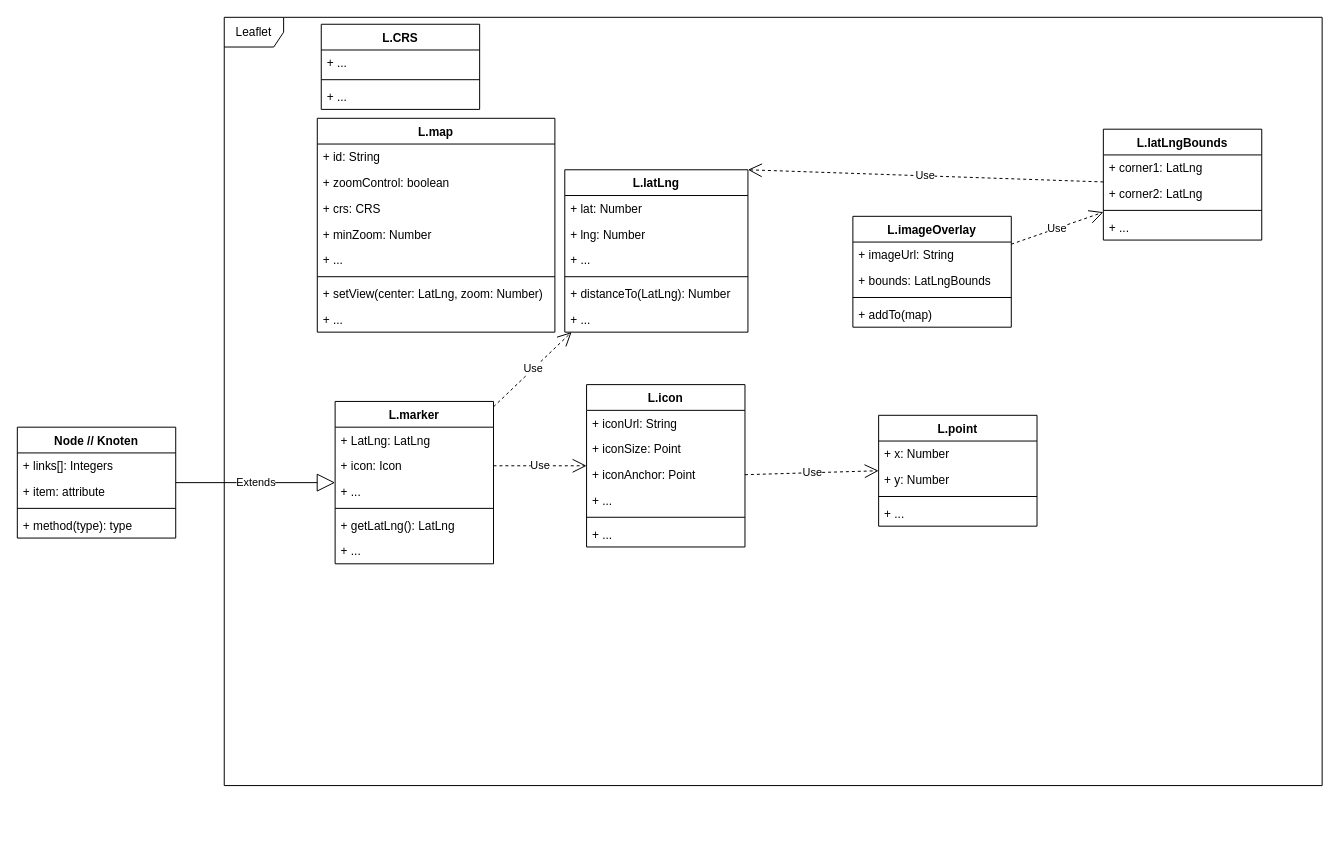
Above: page "Klassendiagramm" (1 of 2) of drawio/indoor-navigation.drawio in danielgilbers/indoor-navigation (draw.io), before the change. Source tidied: cells renumbered, new cells numbered last; positions are measured from the earlier drawing's top-left corner, leaving out a move shared by most shapes. Both pictures are drawn from the tidied source at 99%, with x=0, y=0 at pixel (17, 17).
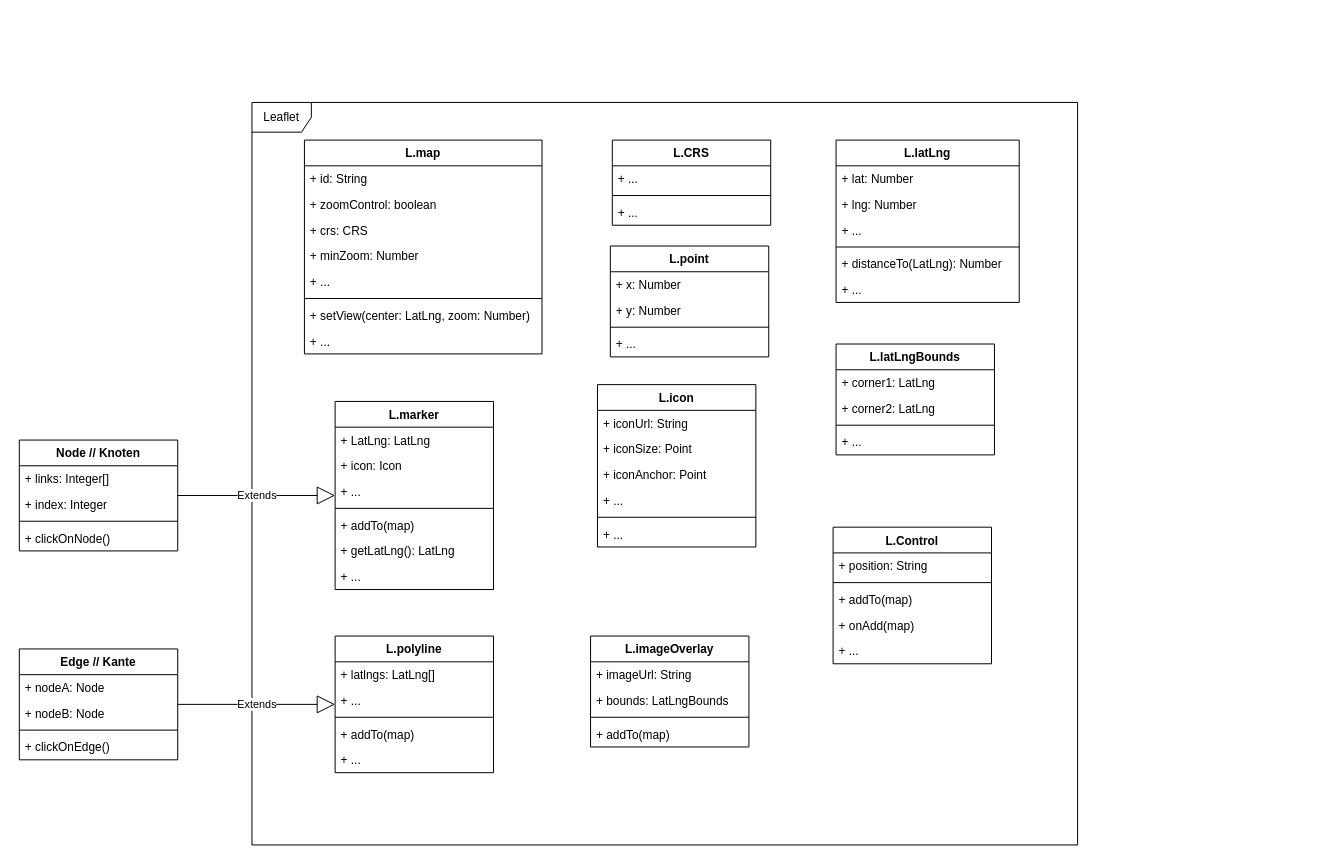
The same page after the edit.

Unchanged cells that the change refers to:
```xml
<mxCell id="10" value="+ icon: Icon" style="text;strokeColor=none;fillColor=none;align=left;verticalAlign=top;spacingLeft=4;spacingRight=4;overflow=hidden;points=[[0,0.5],[1,0.5]];portConstraint=eastwest;" parent="8" vertex="1">
  <mxGeometry y="52" width="160" height="26" as="geometry" />
</mxCell>
<mxCell id="18" value="+ iconAnchor: Point" style="text;strokeColor=none;fillColor=none;align=left;verticalAlign=top;spacingLeft=4;spacingRight=4;overflow=hidden;points=[[0,0.5],[1,0.5]];portConstraint=eastwest;" parent="15" vertex="1">
  <mxGeometry y="78" width="160" height="26" as="geometry" />
</mxCell>
```

Diff of the diagram source:
```diff
@@
     <mxCell id="2" value="Leaflet" style="shape=umlFrame;whiteSpace=wrap;html=1;" parent="1" vertex="1">
-      <mxGeometry x="209" width="1109" height="776" as="geometry" />
+      <mxGeometry x="237" y="86" width="834" height="750" as="geometry" />
     </mxCell>
     <mxCell id="3" value="Node // Knoten" style="swimlane;fontStyle=1;align=center;verticalAlign=top;horizontal=1;startSize=26;" parent="1" vertex="1">
-      <mxGeometry y="414" width="160" height="112" as="geometry" />
+      <mxGeometry x="2" y="427" width="160" height="112" as="geometry" />
     </mxCell>
-    <mxCell id="4" value="+ links[]: Integers" style="text;strokeColor=none;fillColor=none;align=left;verticalAlign=top;spacingLeft=4;spacingRight=4;overflow=hidden;" parent="3" vertex="1">
+    <mxCell id="4" value="+ links: Integer[]" style="text;strokeColor=none;fillColor=none;align=left;verticalAlign=top;spacingLeft=4;spacingRight=4;overflow=hidden;" parent="3" vertex="1">
       <mxGeometry y="26" width="160" height="26" as="geometry" />
     </mxCell>
-    <mxCell id="5" value="+ item: attribute" style="text;strokeColor=none;fillColor=none;align=left;verticalAlign=top;spacingLeft=4;spacingRight=4;overflow=hidden;" parent="3" vertex="1">
+    <mxCell id="5" value="+ index: Integer" style="text;strokeColor=none;fillColor=none;align=left;verticalAlign=top;spacingLeft=4;spacingRight=4;overflow=hidden;" parent="3" vertex="1">
       <mxGeometry y="52" width="160" height="26" as="geometry" />
     </mxCell>
@@
-    <mxCell id="7" value="+ method(type): type" style="text;strokeColor=none;fillColor=none;align=left;verticalAlign=top;spacingLeft=4;spacingRight=4;overflow=hidden;" parent="3" vertex="1">
+    <mxCell id="7" value="+ clickOnNode()" style="text;strokeColor=none;fillColor=none;align=left;verticalAlign=top;spacingLeft=4;spacingRight=4;overflow=hidden;" parent="3" vertex="1">
       <mxGeometry y="86" width="160" height="26" as="geometry" />
     </mxCell>
     <mxCell id="8" value="L.marker" style="swimlane;fontStyle=1;align=center;verticalAlign=top;horizontal=1;startSize=26;" parent="1" vertex="1">
-      <mxGeometry x="321" y="388" width="160" height="164" as="geometry" />
+      <mxGeometry x="321" y="388" width="160" height="190" as="geometry" />
     </mxCell>
@@
+    <mxCell id="63" value="+ addTo(map)" style="text;strokeColor=none;fillColor=none;align=left;verticalAlign=top;spacingLeft=4;spacingRight=4;overflow=hidden;" parent="8" vertex="1">
+      <mxGeometry y="112" width="160" height="26" as="geometry" />
+    </mxCell>
     <mxCell id="13" value="+ getLatLng(): LatLng" style="text;strokeColor=none;fillColor=none;align=left;verticalAlign=top;spacingLeft=4;spacingRight=4;overflow=hidden;" parent="8" vertex="1">
-      <mxGeometry y="112" width="160" height="26" as="geometry" />
+      <mxGeometry y="138" width="160" height="26" as="geometry" />
     </mxCell>
     <mxCell id="14" value="+ ..." style="text;strokeColor=none;fillColor=none;align=left;verticalAlign=top;spacingLeft=4;spacingRight=4;overflow=hidden;" parent="8" vertex="1">
-      <mxGeometry y="138" width="160" height="26" as="geometry" />
+      <mxGeometry y="164" width="160" height="26" as="geometry" />
     </mxCell>
     <mxCell id="15" value="L.icon" style="swimlane;fontStyle=1;align=center;verticalAlign=top;horizontal=1;startSize=26;" parent="1" vertex="1">
-      <mxGeometry x="575" y="371" width="160" height="164" as="geometry" />
+      <mxGeometry x="586" y="371" width="160" height="164" as="geometry" />
     </mxCell>
@@
     <mxCell id="22" value="L.point" style="swimlane;fontStyle=1;align=center;verticalAlign=top;horizontal=1;startSize=26;" parent="1" vertex="1">
-      <mxGeometry x="870" y="402" width="160" height="112" as="geometry" />
+      <mxGeometry x="599" y="231" width="160" height="112" as="geometry" />
     </mxCell>
@@
-    <mxCell id="28" value="Use" style="endArrow=open;endSize=12;dashed=1;html=1;exitX=1;exitY=0.5;exitDx=0;exitDy=0;entryX=0;entryY=0.5;entryDx=0;entryDy=0;" parent="1" edge="1" source="10" target="15">
-      <mxGeometry relative="1" as="geometry" />
-    </mxCell>
-    <mxCell id="29" value="Use" style="endArrow=open;endSize=12;dashed=1;html=1;entryX=0;entryY=0.5;entryDx=0;entryDy=0;exitX=1;exitY=0.5;exitDx=0;exitDy=0;" parent="1" edge="1" source="18" target="22">
-      <mxGeometry relative="1" as="geometry" />
-    </mxCell>
     <mxCell id="30" value="L.latLng" style="swimlane;fontStyle=1;align=center;verticalAlign=top;horizontal=1;startSize=26;" parent="1" vertex="1">
-      <mxGeometry x="553" y="154" width="185" height="164" as="geometry" />
+      <mxGeometry x="827" y="124" width="185" height="164" as="geometry" />
     </mxCell>
@@
-    <mxCell id="37" value="Use" style="endArrow=open;endSize=12;dashed=1;html=1;" parent="1" edge="1" source="8" target="30">
-      <mxGeometry relative="1" as="geometry" />
-    </mxCell>
     <mxCell id="38" value="L.map" style="swimlane;fontStyle=1;align=center;verticalAlign=top;horizontal=1;startSize=26;" parent="1" vertex="1">
-      <mxGeometry x="303" y="102" width="240" height="216" as="geometry" />
+      <mxGeometry x="290" y="124" width="240" height="216" as="geometry" />
     </mxCell>
@@
     <mxCell id="47" value="L.imageOverlay" style="swimlane;fontStyle=1;align=center;verticalAlign=top;horizontal=1;startSize=26;" parent="1" vertex="1">
-      <mxGeometry x="844" y="201" width="160" height="112" as="geometry" />
+      <mxGeometry x="579" y="625" width="160" height="112" as="geometry" />
     </mxCell>
@@
     <mxCell id="52" value="L.latLngBounds" style="swimlane;fontStyle=1;align=center;verticalAlign=top;horizontal=1;startSize=26;" parent="1" vertex="1">
-      <mxGeometry x="1097" y="113" width="160" height="112" as="geometry" />
+      <mxGeometry x="827" y="330" width="160" height="112" as="geometry" />
     </mxCell>
@@
-    <mxCell id="57" value="Use" style="endArrow=open;endSize=12;dashed=1;html=1;" parent="1" edge="1" source="47" target="52">
-      <mxGeometry relative="1" as="geometry" />
-    </mxCell>
-    <mxCell id="58" value="Use" style="endArrow=open;endSize=12;dashed=1;html=1;entryX=1;entryY=0;entryDx=0;entryDy=0;" parent="1" edge="1" source="52" target="30">
-      <mxGeometry relative="1" as="geometry" />
-    </mxCell>
     <mxCell id="59" value="L.CRS" style="swimlane;fontStyle=1;align=center;verticalAlign=top;horizontal=1;startSize=26;" parent="1" vertex="1">
-      <mxGeometry x="307" y="7" width="160" height="86" as="geometry" />
+      <mxGeometry x="601" y="124" width="160" height="86" as="geometry" />
     </mxCell>
@@
+    <mxCell id="64" value="L.polyline" style="swimlane;fontStyle=1;align=center;verticalAlign=top;horizontal=1;startSize=26;" parent="1" vertex="1">
+      <mxGeometry x="321" y="625" width="160" height="138" as="geometry" />
+    </mxCell>
+    <mxCell id="65" value="+ latlngs: LatLng[]" style="text;strokeColor=none;fillColor=none;align=left;verticalAlign=top;spacingLeft=4;spacingRight=4;overflow=hidden;" parent="64" vertex="1">
+      <mxGeometry y="26" width="160" height="26" as="geometry" />
+    </mxCell>
+    <mxCell id="66" value="+ ..." style="text;strokeColor=none;fillColor=none;align=left;verticalAlign=top;spacingLeft=4;spacingRight=4;overflow=hidden;" parent="64" vertex="1">
+      <mxGeometry y="52" width="160" height="26" as="geometry" />
+    </mxCell>
+    <mxCell id="67" style="line;strokeWidth=1;fillColor=none;align=left;verticalAlign=middle;spacingTop=-1;spacingLeft=3;spacingRight=3;labelPosition=right;strokeColor=inherit;" parent="64" vertex="1">
+      <mxGeometry y="78" width="160" height="8" as="geometry" />
+    </mxCell>
+    <mxCell id="68" value="+ addTo(map)" style="text;strokeColor=none;fillColor=none;align=left;verticalAlign=top;spacingLeft=4;spacingRight=4;overflow=hidden;" parent="64" vertex="1">
+      <mxGeometry y="86" width="160" height="26" as="geometry" />
+    </mxCell>
+    <mxCell id="69" value="+ ..." style="text;strokeColor=none;fillColor=none;align=left;verticalAlign=top;spacingLeft=4;spacingRight=4;overflow=hidden;" parent="64" vertex="1">
+      <mxGeometry y="112" width="160" height="26" as="geometry" />
+    </mxCell>
+    <mxCell id="70" value="Edge // Kante" style="swimlane;fontStyle=1;align=center;verticalAlign=top;horizontal=1;startSize=26;" parent="1" vertex="1">
+      <mxGeometry x="2" y="638" width="160" height="112" as="geometry" />
+    </mxCell>
+    <mxCell id="71" value="+ nodeA: Node" style="text;strokeColor=none;fillColor=none;align=left;verticalAlign=top;spacingLeft=4;spacingRight=4;overflow=hidden;" parent="70" vertex="1">
+      <mxGeometry y="26" width="160" height="26" as="geometry" />
+    </mxCell>
+    <mxCell id="72" value="+ nodeB: Node" style="text;strokeColor=none;fillColor=none;align=left;verticalAlign=top;spacingLeft=4;spacingRight=4;overflow=hidden;" parent="70" vertex="1">
+      <mxGeometry y="52" width="160" height="26" as="geometry" />
+    </mxCell>
+    <mxCell id="73" style="line;strokeWidth=1;fillColor=none;align=left;verticalAlign=middle;spacingTop=-1;spacingLeft=3;spacingRight=3;labelPosition=right;strokeColor=inherit;" parent="70" vertex="1">
+      <mxGeometry y="78" width="160" height="8" as="geometry" />
+    </mxCell>
+    <mxCell id="74" value="+ clickOnEdge()" style="text;strokeColor=none;fillColor=none;align=left;verticalAlign=top;spacingLeft=4;spacingRight=4;overflow=hidden;" parent="70" vertex="1">
+      <mxGeometry y="86" width="160" height="26" as="geometry" />
+    </mxCell>
+    <mxCell id="75" value="Extends" style="endArrow=block;endSize=16;endFill=0;html=1;" parent="1" edge="1" source="70" target="64">
+      <mxGeometry relative="1" as="geometry" />
+    </mxCell>
+    <mxCell id="76" value="L.Control" style="swimlane;fontStyle=1;align=center;verticalAlign=top;horizontal=1;startSize=26;" parent="1" vertex="1">
+      <mxGeometry x="824" y="515" width="160" height="138" as="geometry" />
+    </mxCell>
+    <mxCell id="77" value="+ position: String" style="text;strokeColor=none;fillColor=none;align=left;verticalAlign=top;spacingLeft=4;spacingRight=4;overflow=hidden;" parent="76" vertex="1">
+      <mxGeometry y="26" width="160" height="26" as="geometry" />
+    </mxCell>
+    <mxCell id="78" style="line;strokeWidth=1;fillColor=none;align=left;verticalAlign=middle;spacingTop=-1;spacingLeft=3;spacingRight=3;labelPosition=right;strokeColor=inherit;" parent="76" vertex="1">
+      <mxGeometry y="52" width="160" height="8" as="geometry" />
+    </mxCell>
+    <mxCell id="79" value="+ addTo(map)" style="text;strokeColor=none;fillColor=none;align=left;verticalAlign=top;spacingLeft=4;spacingRight=4;overflow=hidden;" parent="76" vertex="1">
+      <mxGeometry y="60" width="160" height="26" as="geometry" />
+    </mxCell>
+    <mxCell id="80" value="+ onAdd(map)" style="text;strokeColor=none;fillColor=none;align=left;verticalAlign=top;spacingLeft=4;spacingRight=4;overflow=hidden;" parent="76" vertex="1">
+      <mxGeometry y="86" width="160" height="26" as="geometry" />
+    </mxCell>
+    <mxCell id="81" value="+ ..." style="text;strokeColor=none;fillColor=none;align=left;verticalAlign=top;spacingLeft=4;spacingRight=4;overflow=hidden;" parent="76" vertex="1">
+      <mxGeometry y="112" width="160" height="26" as="geometry" />
+    </mxCell>
```
